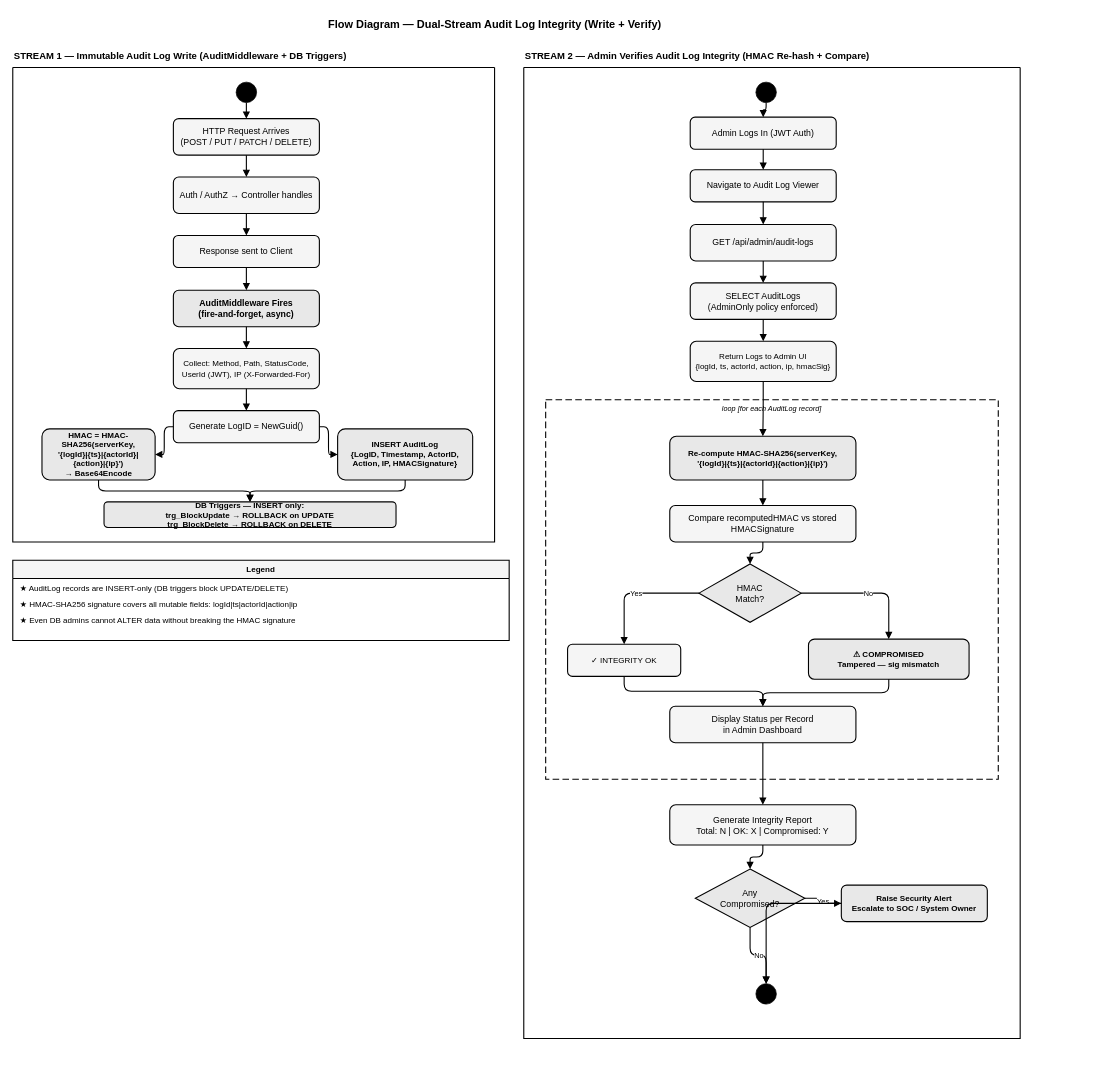
The draw.io diagram page "Flow – Audit Log Integrity" (2 of 2) of BPMN/Phase4_Notification_Audit.drawio in ThaoChie/Elearning-Sys, before the edit. Source tidied: cells renumbered, new cells numbered last; positions are measured from the earlier drawing's top-left corner, leaving out a move shared by most shapes. Both pictures are drawn from the tidied source at 73%, with x=0, y=0 at pixel (12, 12).
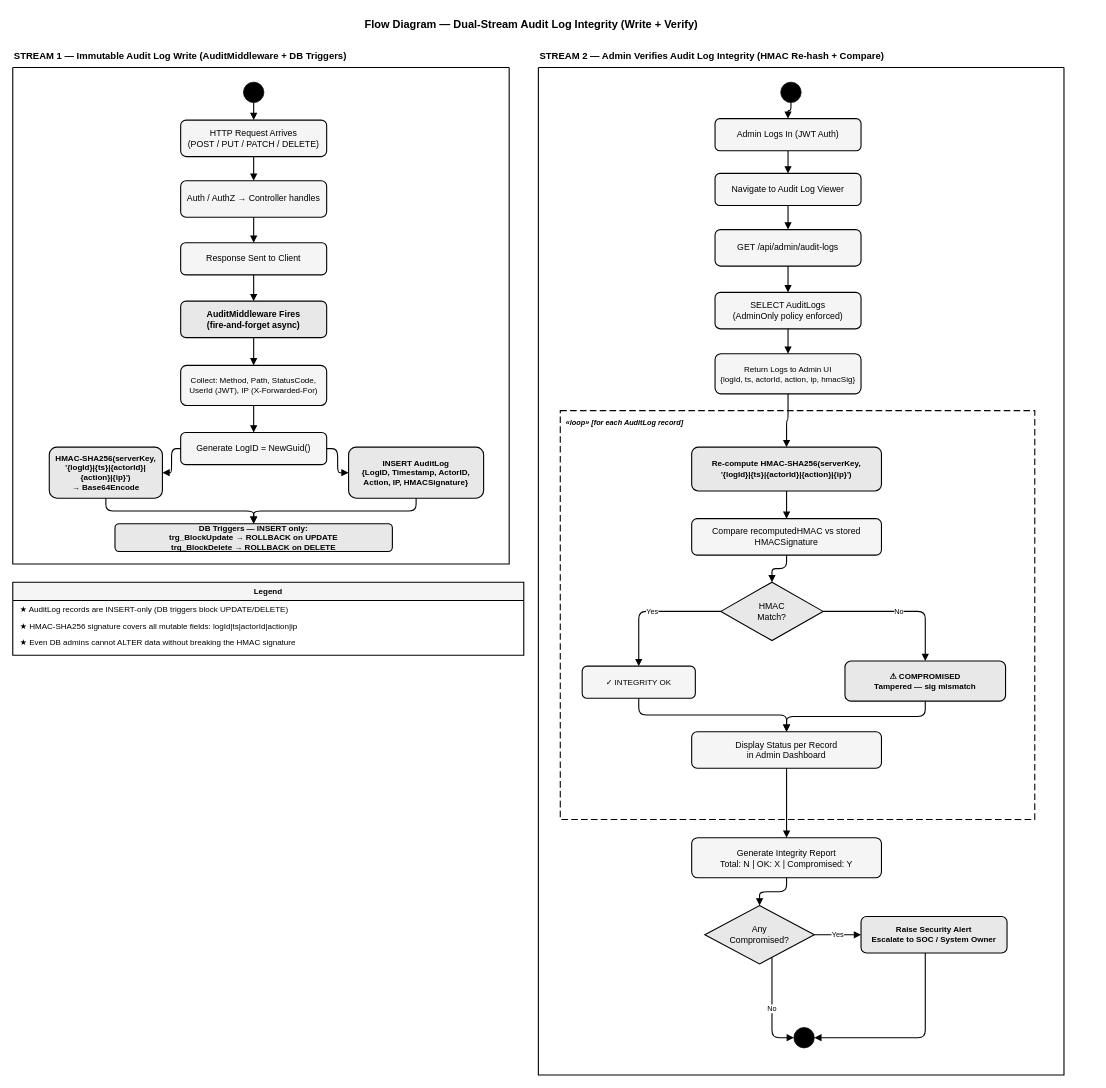
Above is the later version.

Change to the diagram source:
```diff
@@
     <mxCell id="2" value="Flow Diagram — Dual-Stream Audit Log Integrity (Write + Verify)" style="text;html=1;fontSize=15;fontStyle=1;align=center;fillColor=none;strokeColor=none;fontColor=#000000;" parent="1" vertex="1">
-      <mxGeometry x="60" width="1200" height="28" as="geometry" />
+      <mxGeometry x="60" width="1300" height="30" as="geometry" />
     </mxCell>
@@
     <mxCell id="4" style="swimlane;startSize=0;fillColor=#f5f5f5;strokeColor=#000000;strokeWidth=1.5;" parent="1" vertex="1">
-      <mxGeometry y="75" width="660" height="650" as="geometry" />
+      <mxGeometry y="75" width="680" height="680" as="geometry" />
     </mxCell>
     <mxCell id="5" style="ellipse;fillColor=#000000;strokeColor=#000000;" parent="4" vertex="1">
-      <mxGeometry x="306" y="20" width="28" height="28" as="geometry" />
+      <mxGeometry x="316" y="20" width="28" height="28" as="geometry" />
     </mxCell>
     <mxCell id="6" value="HTTP Request Arrives&#10;(POST / PUT / PATCH / DELETE)" style="rounded=1;whiteSpace=wrap;html=1;fillColor=#f5f5f5;strokeColor=#000000;strokeWidth=1.5;fontSize=12;fontColor=#000000;" parent="4" vertex="1">
-      <mxGeometry x="220" y="70" width="200" height="50" as="geometry" />
+      <mxGeometry x="230" y="72" width="200" height="50" as="geometry" />
     </mxCell>
     <mxCell id="7" value="Auth / AuthZ → Controller handles" style="rounded=1;whiteSpace=wrap;html=1;fillColor=#f5f5f5;strokeColor=#000000;strokeWidth=1.5;fontSize=12;fontColor=#000000;" parent="4" vertex="1">
-      <mxGeometry x="220" y="150" width="200" height="50" as="geometry" />
+      <mxGeometry x="230" y="155" width="200" height="50" as="geometry" />
     </mxCell>
-    <mxCell id="8" value="Response sent to Client" style="rounded=1;whiteSpace=wrap;html=1;fillColor=#f5f5f5;strokeColor=#000000;strokeWidth=1.5;fontSize=12;fontColor=#000000;" parent="4" vertex="1">
-      <mxGeometry x="220" y="230" width="200" height="44" as="geometry" />
+    <mxCell id="8" value="Response Sent to Client" style="rounded=1;whiteSpace=wrap;html=1;fillColor=#f5f5f5;strokeColor=#000000;strokeWidth=1.5;fontSize=12;fontColor=#000000;" parent="4" vertex="1">
+      <mxGeometry x="230" y="240" width="200" height="44" as="geometry" />
     </mxCell>
-    <mxCell id="9" value="AuditMiddleware Fires&#10;(fire-and-forget, async)" style="rounded=1;whiteSpace=wrap;html=1;fillColor=#e8e8e8;strokeColor=#000000;strokeWidth=1.5;fontSize=12;fontStyle=1;fontColor=#000000;" parent="4" vertex="1">
-      <mxGeometry x="220" y="305" width="200" height="50" as="geometry" />
+    <mxCell id="9" value="AuditMiddleware Fires&#10;(fire-and-forget async)" style="rounded=1;whiteSpace=wrap;html=1;fillColor=#e8e8e8;strokeColor=#000000;strokeWidth=1.5;fontSize=12;fontStyle=1;fontColor=#000000;" parent="4" vertex="1">
+      <mxGeometry x="230" y="320" width="200" height="50" as="geometry" />
     </mxCell>
     <mxCell id="10" value="Collect: Method, Path, StatusCode,&#10;UserId (JWT), IP (X-Forwarded-For)" style="rounded=1;whiteSpace=wrap;html=1;fillColor=#f5f5f5;strokeColor=#000000;strokeWidth=1.5;fontSize=11;fontColor=#000000;" parent="4" vertex="1">
-      <mxGeometry x="220" y="385" width="200" height="55" as="geometry" />
+      <mxGeometry x="230" y="408" width="200" height="55" as="geometry" />
     </mxCell>
     <mxCell id="11" value="Generate LogID = NewGuid()" style="rounded=1;whiteSpace=wrap;html=1;fillColor=#f5f5f5;strokeColor=#000000;strokeWidth=1.5;fontSize=12;fontColor=#000000;" parent="4" vertex="1">
-      <mxGeometry x="220" y="470" width="200" height="44" as="geometry" />
+      <mxGeometry x="230" y="500" width="200" height="44" as="geometry" />
     </mxCell>
-    <mxCell id="12" value="HMAC = HMAC-SHA256(serverKey,&#10;'{logId}|{ts}|{actorId}|{action}|{ip}')&#10;→ Base64Encode" style="rounded=1;whiteSpace=wrap;html=1;fillColor=#e8e8e8;strokeColor=#000000;strokeWidth=1.5;fontSize=11;fontStyle=1;fontColor=#000000;" parent="4" vertex="1">
-      <mxGeometry x="40" y="495" width="155" height="70" as="geometry" />
+    <mxCell id="12" value="HMAC-SHA256(serverKey,&#10;'{logId}|{ts}|{actorId}|{action}|{ip}')&#10;→ Base64Encode" style="rounded=1;whiteSpace=wrap;html=1;fillColor=#e8e8e8;strokeColor=#000000;strokeWidth=1.5;fontSize=11;fontStyle=1;fontColor=#000000;" parent="4" vertex="1">
+      <mxGeometry x="50" y="520" width="155" height="70" as="geometry" />
     </mxCell>
     <mxCell id="13" value="INSERT AuditLog&#10;{LogID, Timestamp, ActorID,&#10;Action, IP, HMACSignature}" style="rounded=1;whiteSpace=wrap;html=1;fillColor=#e8e8e8;strokeColor=#000000;strokeWidth=1.5;fontSize=11;fontStyle=1;fontColor=#000000;" parent="4" vertex="1">
-      <mxGeometry x="445" y="495" width="185" height="70" as="geometry" />
+      <mxGeometry x="460" y="520" width="185" height="70" as="geometry" />
     </mxCell>
     <mxCell id="14" value="DB Triggers — INSERT only:&#10;trg_BlockUpdate → ROLLBACK on UPDATE&#10;trg_BlockDelete → ROLLBACK on DELETE" style="rounded=1;whiteSpace=wrap;html=1;fillColor=#e8e8e8;strokeColor=#000000;strokeWidth=1.5;fontSize=11;fontStyle=1;fontColor=#000000;" parent="4" vertex="1">
-      <mxGeometry x="125" y="595" width="400" height="35" as="geometry" />
+      <mxGeometry x="140" y="625" width="380" height="38" as="geometry" />
     </mxCell>
@@
     <mxCell id="25" value="STREAM 2 — Admin Verifies Audit Log Integrity (HMAC Re-hash + Compare)" style="text;html=1;fontSize=13;fontStyle=1;align=left;fillColor=none;strokeColor=none;fontColor=#000000;" parent="1" vertex="1">
-      <mxGeometry x="700" y="45" width="700" height="22" as="geometry" />
+      <mxGeometry x="720" y="45" width="760" height="22" as="geometry" />
     </mxCell>
     <mxCell id="26" style="swimlane;startSize=0;fillColor=#f5f5f5;strokeColor=#000000;strokeWidth=1.5;" parent="1" vertex="1">
-      <mxGeometry x="700" y="75" width="680" height="1330" as="geometry" />
+      <mxGeometry x="720" y="75" width="720" height="1380" as="geometry" />
     </mxCell>
     <mxCell id="27" style="ellipse;fillColor=#000000;strokeColor=#000000;" parent="26" vertex="1">
-      <mxGeometry x="318" y="20" width="28" height="28" as="geometry" />
+      <mxGeometry x="332" y="20" width="28" height="28" as="geometry" />
     </mxCell>
     <mxCell id="28" value="Admin Logs In (JWT Auth)" style="rounded=1;whiteSpace=wrap;html=1;fillColor=#f5f5f5;strokeColor=#000000;strokeWidth=1.5;fontSize=12;fontColor=#000000;" parent="26" vertex="1">
-      <mxGeometry x="228" y="68" width="200" height="44" as="geometry" />
+      <mxGeometry x="242" y="70" width="200" height="44" as="geometry" />
     </mxCell>
     <mxCell id="29" value="Navigate to Audit Log Viewer" style="rounded=1;whiteSpace=wrap;html=1;fillColor=#f5f5f5;strokeColor=#000000;strokeWidth=1.5;fontSize=12;fontColor=#000000;" parent="26" vertex="1">
-      <mxGeometry x="228" y="140" width="200" height="44" as="geometry" />
+      <mxGeometry x="242" y="145" width="200" height="44" as="geometry" />
     </mxCell>
     <mxCell id="30" value="GET /api/admin/audit-logs" style="rounded=1;whiteSpace=wrap;html=1;fillColor=#f5f5f5;strokeColor=#000000;strokeWidth=1.5;fontSize=12;fontColor=#000000;" parent="26" vertex="1">
-      <mxGeometry x="228" y="215" width="200" height="50" as="geometry" />
+      <mxGeometry x="242" y="222" width="200" height="50" as="geometry" />
     </mxCell>
     <mxCell id="31" value="SELECT AuditLogs&#10;(AdminOnly policy enforced)" style="rounded=1;whiteSpace=wrap;html=1;fillColor=#f5f5f5;strokeColor=#000000;strokeWidth=1.5;fontSize=12;fontColor=#000000;" parent="26" vertex="1">
-      <mxGeometry x="228" y="295" width="200" height="50" as="geometry" />
+      <mxGeometry x="242" y="308" width="200" height="50" as="geometry" />
     </mxCell>
     <mxCell id="32" value="Return Logs to Admin UI&#10;{logId, ts, actorId, action, ip, hmacSig}" style="rounded=1;whiteSpace=wrap;html=1;fillColor=#f5f5f5;strokeColor=#000000;strokeWidth=1.5;fontSize=11;fontColor=#000000;" parent="26" vertex="1">
-      <mxGeometry x="228" y="375" width="200" height="55" as="geometry" />
+      <mxGeometry x="242" y="392" width="200" height="55" as="geometry" />
     </mxCell>
-    <mxCell id="33" value="loop [for each AuditLog record]" style="rounded=0;whiteSpace=wrap;html=1;fillColor=none;strokeColor=#000000;strokeWidth=1.5;fontSize=10;fontStyle=2;verticalAlign=top;dashed=1;dashPattern=6 3;" parent="26" vertex="1">
-      <mxGeometry x="30" y="455" width="620" height="520" as="geometry" />
+    <mxCell id="33" value="«loop» [for each AuditLog record]" style="rounded=0;whiteSpace=wrap;html=1;fillColor=none;strokeColor=#000000;strokeWidth=1.5;fontSize=10;fontStyle=3;verticalAlign=top;align=left;spacingLeft=6;spacingTop=4;dashed=1;dashPattern=6 3;" parent="26" vertex="1">
+      <mxGeometry x="30" y="470" width="650" height="560" as="geometry" />
     </mxCell>
     <mxCell id="34" value="Re-compute HMAC-SHA256(serverKey,&#10;'{logId}|{ts}|{actorId}|{action}|{ip}')" style="rounded=1;whiteSpace=wrap;html=1;fillColor=#e8e8e8;strokeColor=#000000;strokeWidth=1.5;fontSize=11;fontStyle=1;fontColor=#000000;" parent="26" vertex="1">
-      <mxGeometry x="200" y="505" width="255" height="60" as="geometry" />
+      <mxGeometry x="210" y="520" width="260" height="60" as="geometry" />
     </mxCell>
     <mxCell id="35" value="Compare recomputedHMAC vs stored HMACSignature" style="rounded=1;whiteSpace=wrap;html=1;fillColor=#f5f5f5;strokeColor=#000000;strokeWidth=1.5;fontSize=12;fontColor=#000000;" parent="26" vertex="1">
-      <mxGeometry x="200" y="600" width="255" height="50" as="geometry" />
+      <mxGeometry x="210" y="618" width="260" height="50" as="geometry" />
     </mxCell>
     <mxCell id="36" value="HMAC&#10;Match?" style="rhombus;whiteSpace=wrap;html=1;fillColor=#e8e8e8;strokeColor=#000000;strokeWidth=1.5;fontSize=12;fontColor=#000000;" parent="26" vertex="1">
-      <mxGeometry x="240" y="680" width="140" height="80" as="geometry" />
+      <mxGeometry x="250" y="705" width="140" height="80" as="geometry" />
     </mxCell>
     <mxCell id="37" value="✓ INTEGRITY OK" style="rounded=1;whiteSpace=wrap;html=1;fillColor=#f5f5f5;strokeColor=#000000;strokeWidth=1.5;fontSize=11;fontColor=#000000;" parent="26" vertex="1">
-      <mxGeometry x="60" y="790" width="155" height="44" as="geometry" />
+      <mxGeometry x="60" y="820" width="155" height="44" as="geometry" />
     </mxCell>
     <mxCell id="38" value="⚠ COMPROMISED&#10;Tampered — sig mismatch" style="rounded=1;whiteSpace=wrap;html=1;fillColor=#e8e8e8;strokeColor=#000000;strokeWidth=1.5;fontSize=11;fontStyle=1;fontColor=#000000;" parent="26" vertex="1">
-      <mxGeometry x="390" y="783" width="220" height="55" as="geometry" />
+      <mxGeometry x="420" y="813" width="220" height="55" as="geometry" />
     </mxCell>
     <mxCell id="39" value="Display Status per Record&#10;in Admin Dashboard" style="rounded=1;whiteSpace=wrap;html=1;fillColor=#f5f5f5;strokeColor=#000000;strokeWidth=1.5;fontSize=12;fontColor=#000000;" parent="26" vertex="1">
-      <mxGeometry x="200" y="875" width="255" height="50" as="geometry" />
+      <mxGeometry x="210" y="910" width="260" height="50" as="geometry" />
     </mxCell>
     <mxCell id="40" value="Generate Integrity Report&#10;Total: N | OK: X | Compromised: Y" style="rounded=1;whiteSpace=wrap;html=1;fillColor=#f5f5f5;strokeColor=#000000;strokeWidth=1.5;fontSize=12;fontColor=#000000;" parent="26" vertex="1">
-      <mxGeometry x="200" y="1010" width="255" height="55" as="geometry" />
+      <mxGeometry x="210" y="1055" width="260" height="55" as="geometry" />
     </mxCell>
     <mxCell id="41" value="Any&#10;Compromised?" style="rhombus;whiteSpace=wrap;html=1;fillColor=#e8e8e8;strokeColor=#000000;strokeWidth=1.5;fontSize=12;fontColor=#000000;" parent="26" vertex="1">
-      <mxGeometry x="235" y="1098" width="150" height="80" as="geometry" />
+      <mxGeometry x="228" y="1148" width="150" height="80" as="geometry" />
     </mxCell>
     <mxCell id="42" value="Raise Security Alert&#10;Escalate to SOC / System Owner" style="rounded=1;whiteSpace=wrap;html=1;fillColor=#e8e8e8;strokeColor=#000000;strokeWidth=1.5;fontSize=11;fontStyle=1;fontColor=#000000;" parent="26" vertex="1">
-      <mxGeometry x="435" y="1120" width="200" height="50" as="geometry" />
+      <mxGeometry x="442" y="1163" width="200" height="50" as="geometry" />
     </mxCell>
     <mxCell id="43" style="ellipse;fillColor=#000000;strokeColor=#000000;shape=doubleEllipse;" parent="26" vertex="1">
-      <mxGeometry x="318" y="1255" width="28" height="28" as="geometry" />
+      <mxGeometry x="350" y="1315" width="28" height="28" as="geometry" />
     </mxCell>
@@
     <mxCell id="59" value="No" style="endArrow=block;endFill=1;html=1;strokeColor=#000000;strokeWidth=1.5;edgeStyle=orthogonalEdgeStyle;fontSize=10;" parent="26" edge="1" source="41" target="43">
-      <mxGeometry relative="1" as="geometry" />
+      <mxGeometry relative="1" as="geometry">
+        <Array as="points">
+          <mxPoint x="320" y="1329" />
+        </Array>
+      </mxGeometry>
     </mxCell>
     <mxCell id="60" style="endArrow=block;endFill=1;html=1;strokeColor=#000000;strokeWidth=1.5;edgeStyle=orthogonalEdgeStyle;" parent="26" edge="1" source="42" target="43">
-      <mxGeometry relative="1" as="geometry" />
+      <mxGeometry relative="1" as="geometry">
+        <Array as="points">
+          <mxPoint x="530" y="1329" />
+        </Array>
+      </mxGeometry>
     </mxCell>
     <mxCell id="61" value="Legend" style="swimlane;startSize=25;fillColor=#f5f5f5;strokeColor=#000000;strokeWidth=1.5;fontSize=11;fontStyle=1;fontColor=#000000;" parent="1" vertex="1">
-      <mxGeometry y="750" width="680" height="110" as="geometry" />
+      <mxGeometry y="780" width="700" height="100" as="geometry" />
     </mxCell>
     <mxCell id="62" value="★ AuditLog records are INSERT-only (DB triggers block UPDATE/DELETE)" style="text;html=1;align=left;fillColor=none;strokeColor=none;fontSize=11;fontColor=#000000;spacingLeft=8;" parent="61" vertex="1">
-      <mxGeometry y="25" width="680" height="22" as="geometry" />
+      <mxGeometry y="25" width="700" height="22" as="geometry" />
     </mxCell>
     <mxCell id="63" value="★ HMAC-SHA256 signature covers all mutable fields: logId|ts|actorId|action|ip" style="text;html=1;align=left;fillColor=none;strokeColor=none;fontSize=11;fontColor=#000000;spacingLeft=8;" parent="61" vertex="1">
-      <mxGeometry y="47" width="680" height="22" as="geometry" />
+      <mxGeometry y="47" width="700" height="22" as="geometry" />
     </mxCell>
     <mxCell id="64" value="★ Even DB admins cannot ALTER data without breaking the HMAC signature" style="text;html=1;align=left;fillColor=none;strokeColor=none;fontSize=11;fontColor=#000000;spacingLeft=8;" parent="61" vertex="1">
-      <mxGeometry y="69" width="680" height="22" as="geometry" />
+      <mxGeometry y="69" width="700" height="22" as="geometry" />
     </mxCell>
```
